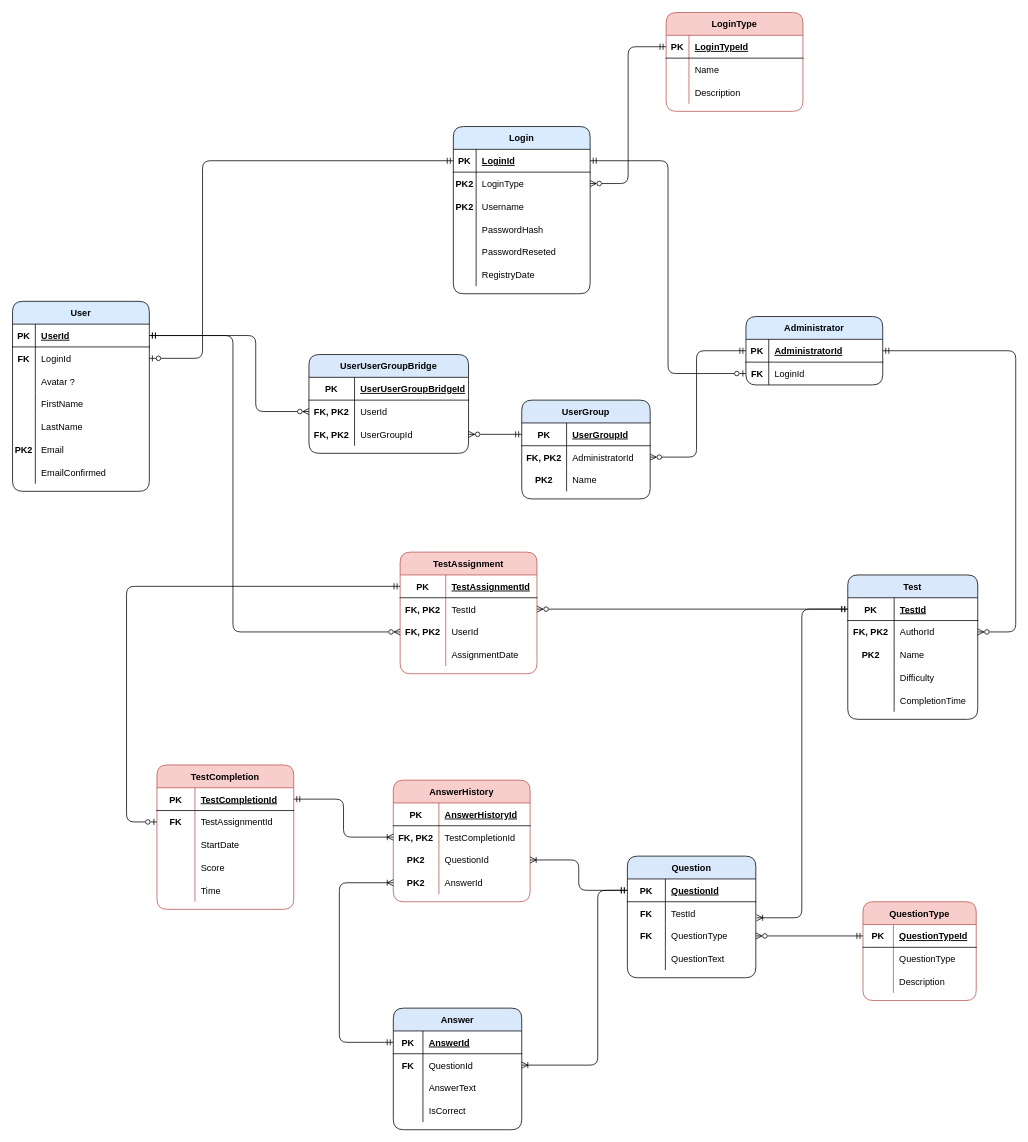
Earlier version of the draw.io diagram Diagrams/TestPointERD.drawio (denleo/TestPoint). Source tidied: cells renumbered, new cells numbered last; positions are measured from the earlier drawing's top-left corner, leaving out a move shared by most shapes. Both pictures are drawn from the tidied source at 76%, with x=0, y=0 at pixel (12, 12).
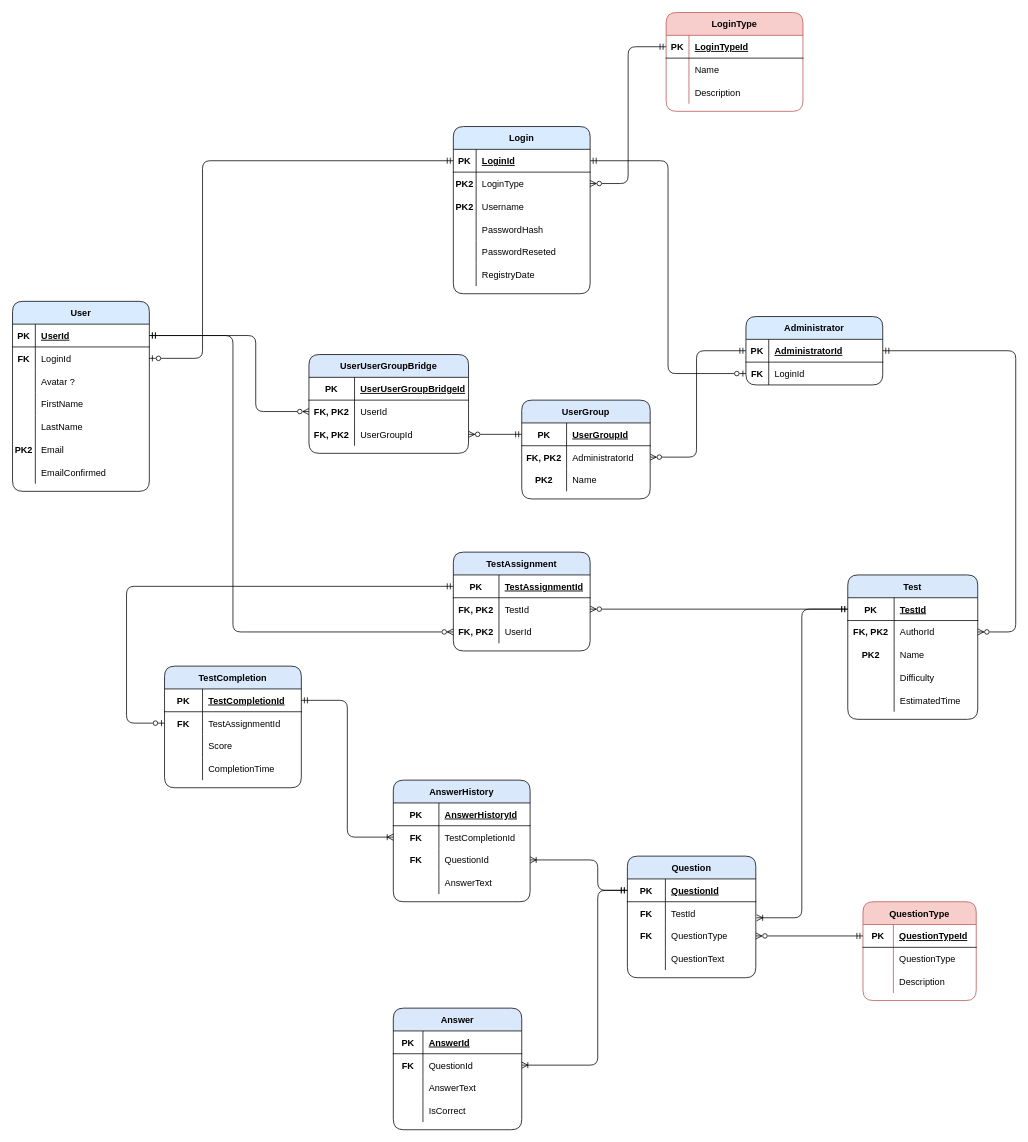
The same diagram, later.

The change refers to these unchanged cells:
```xml
<mxCell id="99" style="shape=tableRow;horizontal=0;startSize=0;swimlaneHead=0;swimlaneBody=0;fillColor=none;top=0;left=0;right=0;bottom=0;" parent="86" vertex="1">
  <mxGeometry y="150" width="171" height="30" as="geometry" />
</mxCell>
<mxCell id="104" style="shape=tableRow;horizontal=0;startSize=0;swimlaneHead=0;swimlaneBody=0;fillColor=none;points=[[0,0.5],[1,0.5]];portConstraint=eastwest;top=0;left=0;right=0;bottom=1;" parent="103" vertex="1">
  <mxGeometry y="30" width="169" height="30" as="geometry" />
</mxCell>
<mxCell id="129" style="shape=tableRow;horizontal=0;startSize=0;swimlaneHead=0;swimlaneBody=0;fillColor=none;points=[[0,0.5],[1,0.5]];portConstraint=eastwest;top=0;left=0;right=0;bottom=1;" parent="128" vertex="1">
  <mxGeometry y="30" width="169" height="30" as="geometry" />
</mxCell>
<mxCell id="143" style="shape=tableRow;horizontal=0;startSize=0;swimlaneHead=0;swimlaneBody=0;fillColor=none;points=[[0,0.5],[1,0.5]];portConstraint=eastwest;top=0;left=0;right=0;bottom=1;" parent="142" vertex="1">
  <mxGeometry y="30" width="180" height="30" as="geometry" />
</mxCell>
<mxCell id="161" style="shape=tableRow;horizontal=0;startSize=0;swimlaneHead=0;swimlaneBody=0;fillColor=none;points=[[0,0.5],[1,0.5]];portConstraint=eastwest;top=0;left=0;right=0;bottom=0;" parent="157" vertex="1">
  <mxGeometry y="60" width="180" height="30" as="geometry" />
</mxCell>
<mxCell id="178" style="shape=tableRow;horizontal=0;startSize=0;swimlaneHead=0;swimlaneBody=0;fillColor=none;points=[[0,0.5],[1,0.5]];portConstraint=eastwest;top=0;left=0;right=0;bottom=0;" parent="174" vertex="1">
  <mxGeometry y="60" width="180" height="30" as="geometry" />
</mxCell>
<mxCell id="181" style="shape=tableRow;horizontal=0;startSize=0;swimlaneHead=0;swimlaneBody=0;fillColor=none;points=[[0,0.5],[1,0.5]];portConstraint=eastwest;top=0;left=0;right=0;bottom=0;" parent="174" vertex="1">
  <mxGeometry y="90" width="180" height="30" as="geometry" />
</mxCell>
<mxCell id="184" style="shape=tableRow;horizontal=0;startSize=0;swimlaneHead=0;swimlaneBody=0;fillColor=none;points=[[0,0.5],[1,0.5]];portConstraint=eastwest;top=0;left=0;right=0;bottom=0;" parent="174" vertex="1">
  <mxGeometry y="120" width="180" height="30" as="geometry" />
</mxCell>
```

Diff of the diagram source:
```diff
@@
-    <mxCell id="101" value="CompletionTime" style="shape=partialRectangle;fillColor=none;top=0;left=0;bottom=0;right=0;align=left;spacingLeft=6;overflow=hidden;" parent="99" vertex="1">
+    <mxCell id="101" value="EstimatedTime" style="shape=partialRectangle;fillColor=none;top=0;left=0;bottom=0;right=0;align=left;spacingLeft=6;overflow=hidden;" parent="99" vertex="1">
       <mxGeometry x="61" width="110" height="30" as="geometry" />
     </mxCell>
@@
-    <mxCell id="142" value="TestAssignment" style="shape=table;startSize=30;childLayout=tableLayout;rowLines=0;fontStyle=1;align=center;fillStyle=solid;fillColor=#f8cecc;rounded=1;strokeColor=#b85450;" parent="1" vertex="1">
-      <mxGeometry x="510" y="710" width="180" height="160" as="geometry" />
+    <mxCell id="142" value="TestAssignment" style="shape=table;startSize=30;childLayout=tableLayout;rowLines=0;fontStyle=1;align=center;fillStyle=solid;fillColor=#dae8fc;rounded=1;strokeColor=#000000;" parent="1" vertex="1">
+      <mxGeometry x="580" y="710" width="180" height="130" as="geometry" />
     </mxCell>
@@
-    <mxCell id="152" style="shape=tableRow;horizontal=0;startSize=0;swimlaneHead=0;swimlaneBody=0;fillColor=none;top=0;left=0;right=0;bottom=0;" parent="142" vertex="1">
-      <mxGeometry y="120" width="180" height="30" as="geometry" />
-    </mxCell>
-    <mxCell id="153" style="shape=partialRectangle;fillColor=none;top=0;left=0;bottom=0;right=0;overflow=hidden;fontStyle=1;" parent="152" vertex="1">
-      <mxGeometry width="60" height="30" as="geometry" />
-    </mxCell>
-    <mxCell id="154" value="AssignmentDate" style="shape=partialRectangle;fillColor=none;top=0;left=0;bottom=0;right=0;align=left;spacingLeft=6;overflow=hidden;" parent="152" vertex="1">
-      <mxGeometry x="60" width="120" height="30" as="geometry" />
-    </mxCell>
@@
-    <mxCell id="157" value="TestCompletion" style="shape=table;startSize=30;childLayout=tableLayout;rowLines=0;fontStyle=1;align=center;fillStyle=solid;fillColor=#f8cecc;rounded=1;strokeColor=#b85450;" parent="1" vertex="1">
-      <mxGeometry x="190" y="990" width="180" height="190" as="geometry" />
+    <mxCell id="157" value="TestCompletion" style="shape=table;startSize=30;childLayout=tableLayout;rowLines=0;fontStyle=1;align=center;fillStyle=solid;fillColor=#dae8fc;rounded=1;strokeColor=#000000;" parent="1" vertex="1">
+      <mxGeometry x="200" y="860" width="180" height="160" as="geometry" />
     </mxCell>
@@
-    <mxCell id="164" style="shape=tableRow;horizontal=0;startSize=0;swimlaneHead=0;swimlaneBody=0;fillColor=none;top=0;left=0;right=0;bottom=0;" parent="157" vertex="1">
-      <mxGeometry y="90" width="180" height="30" as="geometry" />
-    </mxCell>
-    <mxCell id="165" style="shape=partialRectangle;fillColor=none;top=0;left=0;bottom=0;right=0;overflow=hidden;fontStyle=1;" parent="164" vertex="1">
-      <mxGeometry width="50" height="30" as="geometry" />
-    </mxCell>
-    <mxCell id="166" value="StartDate" style="shape=partialRectangle;fillColor=none;top=0;left=0;bottom=0;right=0;align=left;spacingLeft=6;overflow=hidden;" parent="164" vertex="1">
-      <mxGeometry x="50" width="130" height="30" as="geometry" />
-    </mxCell>
     <mxCell id="167" style="shape=tableRow;horizontal=0;startSize=0;swimlaneHead=0;swimlaneBody=0;fillColor=none;top=0;left=0;right=0;bottom=0;" parent="157" vertex="1">
-      <mxGeometry y="120" width="180" height="30" as="geometry" />
+      <mxGeometry y="90" width="180" height="30" as="geometry" />
     </mxCell>
@@
     <mxCell id="170" style="shape=tableRow;horizontal=0;startSize=0;swimlaneHead=0;swimlaneBody=0;fillColor=none;top=0;left=0;right=0;bottom=0;" parent="157" vertex="1">
-      <mxGeometry y="150" width="180" height="30" as="geometry" />
+      <mxGeometry y="120" width="180" height="30" as="geometry" />
     </mxCell>
@@
-    <mxCell id="172" value="Time" style="shape=partialRectangle;fillColor=none;top=0;left=0;bottom=0;right=0;align=left;spacingLeft=6;overflow=hidden;" parent="170" vertex="1">
+    <mxCell id="172" value="CompletionTime" style="shape=partialRectangle;fillColor=none;top=0;left=0;bottom=0;right=0;align=left;spacingLeft=6;overflow=hidden;" parent="170" vertex="1">
       <mxGeometry x="50" width="130" height="30" as="geometry" />
     </mxCell>
     <mxCell id="173" style="edgeStyle=orthogonalEdgeStyle;jettySize=auto;html=1;entryX=0;entryY=0.5;entryDx=0;entryDy=0;exitX=0;exitY=0.5;exitDx=0;exitDy=0;startArrow=ERzeroToOne;startFill=0;endArrow=ERmandOne;endFill=0;rounded=1;" parent="1" edge="1" source="161" target="143">
       <mxGeometry relative="1" as="geometry">
         <Array as="points">
-          <mxPoint x="150" y="1065" />
+          <mxPoint x="150" y="935" />
           <mxPoint x="150" y="755" />
         </Array>
       </mxGeometry>
     </mxCell>
-    <mxCell id="174" value="AnswerHistory" style="shape=table;startSize=30;childLayout=tableLayout;rowLines=0;fontStyle=1;align=center;fillStyle=solid;fillColor=#f8cecc;rounded=1;strokeColor=#b85450;" parent="1" vertex="1">
+    <mxCell id="174" value="AnswerHistory" style="shape=table;startSize=30;childLayout=tableLayout;rowLines=0;fontStyle=1;align=center;fillStyle=solid;fillColor=#dae8fc;rounded=1;strokeColor=#000000;" parent="1" vertex="1">
       <mxGeometry x="501" y="1010" width="180" height="160" as="geometry" />
     </mxCell>
@@
-    <mxCell id="179" value="FK, PK2" style="shape=partialRectangle;fillColor=none;top=0;left=0;bottom=0;right=0;overflow=hidden;fontStyle=1;" parent="178" vertex="1">
+    <mxCell id="179" value="FK" style="shape=partialRectangle;fillColor=none;top=0;left=0;bottom=0;right=0;overflow=hidden;fontStyle=1;" parent="178" vertex="1">
       <mxGeometry width="60" height="30" as="geometry" />
     </mxCell>
@@
-    <mxCell id="182" value="PK2" style="shape=partialRectangle;fillColor=none;top=0;left=0;bottom=0;right=0;overflow=hidden;fontStyle=1;" parent="181" vertex="1">
+    <mxCell id="182" value="FK" style="shape=partialRectangle;fillColor=none;top=0;left=0;bottom=0;right=0;overflow=hidden;fontStyle=1;" parent="181" vertex="1">
       <mxGeometry width="60" height="30" as="geometry" />
     </mxCell>
@@
-    <mxCell id="185" value="PK2" style="shape=partialRectangle;fillColor=none;top=0;left=0;bottom=0;right=0;overflow=hidden;fontStyle=1;" parent="184" vertex="1">
+    <mxCell id="185" style="shape=partialRectangle;fillColor=none;top=0;left=0;bottom=0;right=0;overflow=hidden;fontStyle=1;" parent="184" vertex="1">
       <mxGeometry width="60" height="30" as="geometry" />
     </mxCell>
-    <mxCell id="186" value="AnswerId" style="shape=partialRectangle;fillColor=none;top=0;left=0;bottom=0;right=0;align=left;spacingLeft=6;overflow=hidden;" parent="184" vertex="1">
+    <mxCell id="186" value="AnswerText" style="shape=partialRectangle;fillColor=none;top=0;left=0;bottom=0;right=0;align=left;spacingLeft=6;overflow=hidden;" parent="184" vertex="1">
       <mxGeometry x="60" width="120" height="30" as="geometry" />
     </mxCell>
@@
     <mxCell id="188" style="edgeStyle=orthogonalEdgeStyle;rounded=1;jettySize=auto;html=1;entryX=0;entryY=0.5;entryDx=0;entryDy=0;startArrow=ERoneToMany;startFill=0;endArrow=ERmandOne;endFill=0;" parent="1" edge="1" source="181" target="104">
-      <mxGeometry relative="1" as="geometry" />
+      <mxGeometry relative="1" as="geometry">
+        <Array as="points">
+          <mxPoint x="770" y="1115" />
+          <mxPoint x="770" y="1155" />
+        </Array>
+      </mxGeometry>
     </mxCell>
-    <mxCell id="189" style="edgeStyle=orthogonalEdgeStyle;rounded=1;jettySize=auto;html=1;entryX=0;entryY=0.5;entryDx=0;entryDy=0;startArrow=ERoneToMany;startFill=0;endArrow=ERmandOne;endFill=0;exitX=0;exitY=0.5;exitDx=0;exitDy=0;" parent="1" edge="1" source="184" target="129">
-      <mxGeometry relative="1" as="geometry">
-        <Array as="points">
-          <mxPoint x="430" y="1145" />
-          <mxPoint x="430" y="1355" />
-        </Array>
-      </mxGeometry>
-    </mxCell>
```
